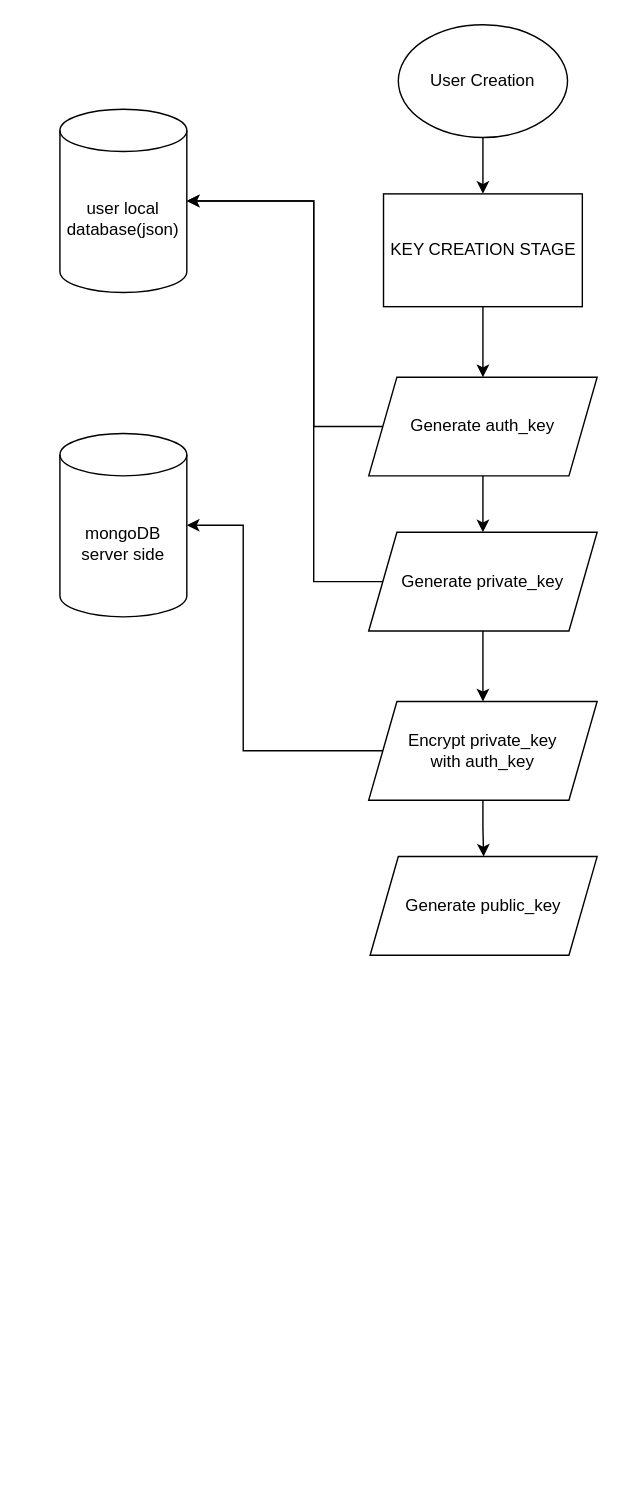
Earlier version of the draw.io diagram user_creation.drawio (DanielKatzCoding/silentChat). Source tidied: cells renumbered, new cells numbered last; positions are measured from the earlier drawing's top-left corner, leaving out a move shared by most shapes. Both pictures are drawn from the tidied source at 141%, with x=0, y=0 at pixel (59, 24).
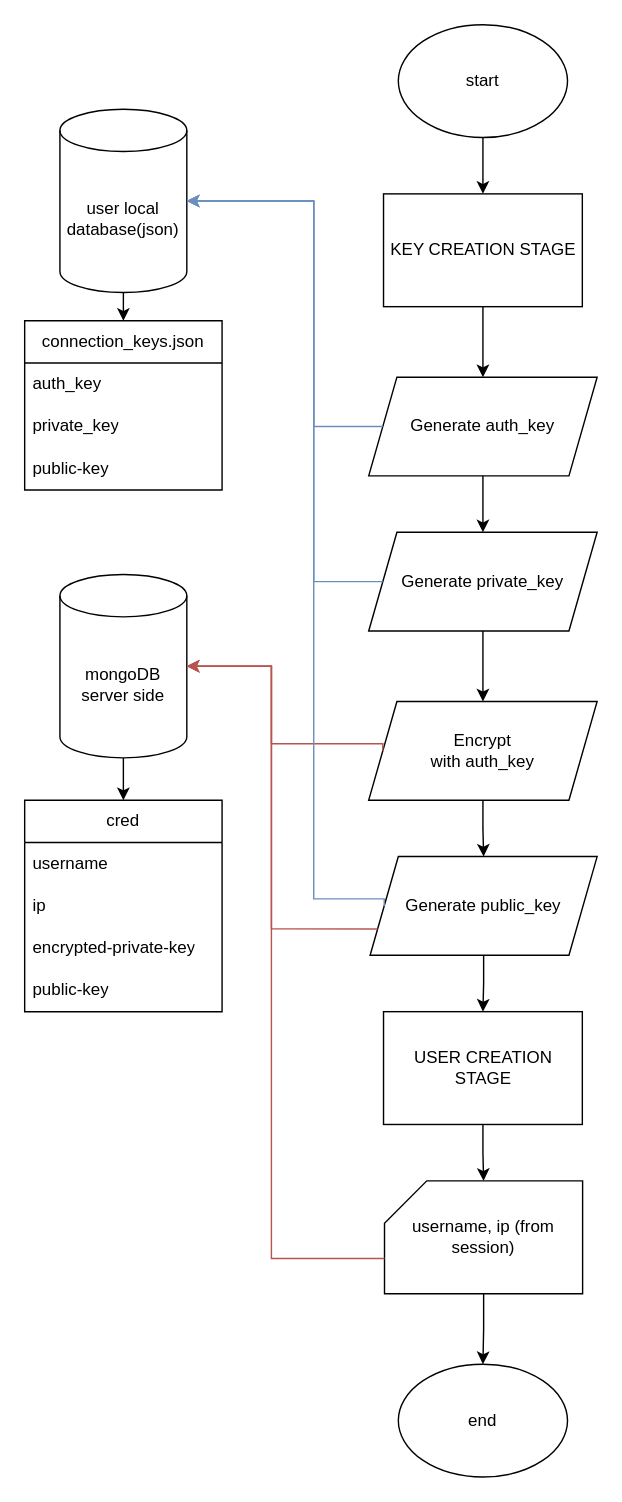
Above is the later version.

Unchanged cells that the change refers to:
```xml
<mxCell id="5" value="Generate auth_key" style="shape=parallelogram;perimeter=parallelogramPerimeter;whiteSpace=wrap;html=1;fixedSize=1;" parent="1" vertex="1">
  <mxGeometry x="219" y="250" width="162" height="70" as="geometry" />
</mxCell>
<mxCell id="6" value="&lt;div&gt;user local database(json)&lt;/div&gt;" style="shape=cylinder3;whiteSpace=wrap;html=1;boundedLbl=1;backgroundOutline=1;size=15;" parent="1" vertex="1">
  <mxGeometry y="60" width="90" height="130" as="geometry" />
</mxCell>
<mxCell id="12" value="Generate private_key" style="shape=parallelogram;perimeter=parallelogramPerimeter;whiteSpace=wrap;html=1;fixedSize=1;" parent="1" vertex="1">
  <mxGeometry x="219" y="360" width="162" height="70" as="geometry" />
</mxCell>
<mxCell id="15" value="Generate public_key" style="shape=parallelogram;perimeter=parallelogramPerimeter;whiteSpace=wrap;html=1;fixedSize=1;" parent="1" vertex="1">
  <mxGeometry x="220" y="590" width="161" height="70" as="geometry" />
</mxCell>
```

Diff of the diagram source:
```diff
@@
-    <mxCell id="3" value="User Creation" style="ellipse;whiteSpace=wrap;html=1;" parent="1" vertex="1">
+    <mxCell id="3" value="&lt;div&gt;start&lt;/div&gt;" style="ellipse;whiteSpace=wrap;html=1;" parent="1" vertex="1">
       <mxGeometry x="240" width="120" height="80" as="geometry" />
     </mxCell>
@@
+    <mxCell id="18" style="edgeStyle=orthogonalEdgeStyle;rounded=0;jettySize=auto;html=1;exitX=0.5;exitY=1;exitDx=0;exitDy=0;exitPerimeter=0;entryX=0.5;entryY=0;entryDx=0;entryDy=0;" parent="1" edge="1" source="6" target="28">
+      <mxGeometry relative="1" as="geometry" />
+    </mxCell>
@@
+    <mxCell id="19" style="edgeStyle=orthogonalEdgeStyle;rounded=0;jettySize=auto;html=1;exitX=0.5;exitY=1;exitDx=0;exitDy=0;exitPerimeter=0;entryX=0.5;entryY=0;entryDx=0;entryDy=0;" parent="1" edge="1" source="7" target="22">
+      <mxGeometry relative="1" as="geometry" />
+    </mxCell>
     <mxCell id="7" value="&lt;div&gt;mongoDB server side&lt;/div&gt;" style="shape=cylinder3;whiteSpace=wrap;html=1;boundedLbl=1;backgroundOutline=1;size=15;" parent="1" vertex="1">
-      <mxGeometry y="290" width="90" height="130" as="geometry" />
+      <mxGeometry y="390" width="90" height="130" as="geometry" />
     </mxCell>
-    <mxCell id="8" style="edgeStyle=orthogonalEdgeStyle;rounded=0;jettySize=auto;html=1;exitX=0;exitY=0.5;exitDx=0;exitDy=0;entryX=1;entryY=0.5;entryDx=0;entryDy=0;entryPerimeter=0;" parent="1" edge="1" source="5" target="6">
+    <mxCell id="8" style="edgeStyle=orthogonalEdgeStyle;rounded=0;jettySize=auto;html=1;exitX=0;exitY=0.5;exitDx=0;exitDy=0;entryX=1;entryY=0.5;entryDx=0;entryDy=0;entryPerimeter=0;fillColor=#dae8fc;strokeColor=#6c8ebf;" parent="1" edge="1" source="5" target="6">
       <mxGeometry relative="1" as="geometry">
         <Array as="points">
           <mxPoint x="180" y="285" />
           <mxPoint x="180" y="125" />
         </Array>
       </mxGeometry>
     </mxCell>
@@
-    <mxCell id="14" value="&lt;div&gt;Encrypt private_key&lt;/div&gt;&lt;div&gt;with auth_key&lt;/div&gt;" style="shape=parallelogram;perimeter=parallelogramPerimeter;whiteSpace=wrap;html=1;fixedSize=1;" parent="1" vertex="1">
+    <mxCell id="14" value="&lt;div&gt;Encrypt&lt;/div&gt;&lt;div&gt;with auth_key&lt;/div&gt;" style="shape=parallelogram;perimeter=parallelogramPerimeter;whiteSpace=wrap;html=1;fixedSize=1;" parent="1" vertex="1">
       <mxGeometry x="219" y="480" width="162" height="70" as="geometry" />
     </mxCell>
+    <mxCell id="20" style="edgeStyle=orthogonalEdgeStyle;rounded=0;jettySize=auto;html=1;exitX=0.5;exitY=1;exitDx=0;exitDy=0;" parent="1" edge="1" source="15" target="33">
+      <mxGeometry relative="1" as="geometry" />
+    </mxCell>
@@
-    <mxCell id="16" style="edgeStyle=orthogonalEdgeStyle;rounded=0;jettySize=auto;html=1;exitX=0;exitY=0.5;exitDx=0;exitDy=0;entryX=1;entryY=0.5;entryDx=0;entryDy=0;entryPerimeter=0;" parent="1" edge="1" source="14" target="7">
+    <mxCell id="16" style="edgeStyle=orthogonalEdgeStyle;rounded=0;jettySize=auto;html=1;exitX=0;exitY=0.5;exitDx=0;exitDy=0;entryX=1;entryY=0.5;entryDx=0;entryDy=0;entryPerimeter=0;fillColor=#f8cecc;strokeColor=#b85450;" parent="1" edge="1" source="14">
       <mxGeometry relative="1" as="geometry">
+        <mxPoint x="90" y="455" as="targetPoint" />
         <Array as="points">
-          <mxPoint x="130" y="515" />
-          <mxPoint x="130" y="355" />
+          <mxPoint x="229" y="510" />
+          <mxPoint x="150" y="510" />
+          <mxPoint x="150" y="455" />
         </Array>
       </mxGeometry>
     </mxCell>
-    <mxCell id="17" style="edgeStyle=orthogonalEdgeStyle;rounded=0;jettySize=auto;html=1;exitX=0;exitY=0.5;exitDx=0;exitDy=0;entryX=1;entryY=0.5;entryDx=0;entryDy=0;entryPerimeter=0;" parent="1" edge="1" source="12" target="6">
+    <mxCell id="17" style="edgeStyle=orthogonalEdgeStyle;rounded=0;jettySize=auto;html=1;exitX=0;exitY=0.5;exitDx=0;exitDy=0;entryX=1;entryY=0.5;entryDx=0;entryDy=0;entryPerimeter=0;fillColor=#dae8fc;strokeColor=#6c8ebf;" parent="1" edge="1" source="12" target="6">
       <mxGeometry relative="1" as="geometry">
         <Array as="points">
           <mxPoint x="180" y="395" />
           <mxPoint x="180" y="125" />
         </Array>
       </mxGeometry>
     </mxCell>
+    <mxCell id="21" style="edgeStyle=orthogonalEdgeStyle;rounded=0;jettySize=auto;html=1;exitX=0;exitY=0.5;exitDx=0;exitDy=0;entryX=1;entryY=0.5;entryDx=0;entryDy=0;entryPerimeter=0;fillColor=#dae8fc;strokeColor=#6c8ebf;" parent="1" edge="1" source="15" target="6">
+      <mxGeometry relative="1" as="geometry">
+        <Array as="points">
+          <mxPoint x="230" y="620" />
+          <mxPoint x="180" y="620" />
+          <mxPoint x="180" y="125" />
+        </Array>
+      </mxGeometry>
+    </mxCell>
+    <mxCell id="22" value="cred" style="swimlane;fontStyle=0;horizontal=1;startSize=30;whiteSpace=wrap;html=1;" parent="1" vertex="1">
+      <mxGeometry x="-25" y="550" width="140" height="150" as="geometry" />
+    </mxCell>
+    <mxCell id="23" value="&lt;div&gt;username&lt;/div&gt;" style="text;strokeColor=none;fillColor=none;align=left;verticalAlign=middle;spacingLeft=4;spacingRight=4;overflow=hidden;whiteSpace=wrap;html=1;" parent="22" vertex="1">
+      <mxGeometry y="30" width="140" height="30" as="geometry" />
+    </mxCell>
+    <mxCell id="24" value="ip" style="text;strokeColor=none;fillColor=none;align=left;verticalAlign=middle;spacingLeft=4;spacingRight=4;overflow=hidden;whiteSpace=wrap;html=1;" parent="22" vertex="1">
+      <mxGeometry y="60" width="140" height="30" as="geometry" />
+    </mxCell>
+    <mxCell id="25" value="encrypted-private-key" style="text;strokeColor=none;fillColor=none;align=left;verticalAlign=middle;spacingLeft=4;spacingRight=4;overflow=hidden;whiteSpace=wrap;html=1;" parent="22" vertex="1">
+      <mxGeometry y="90" width="140" height="30" as="geometry" />
+    </mxCell>
+    <mxCell id="26" value="public-key" style="text;strokeColor=none;fillColor=none;align=left;verticalAlign=middle;spacingLeft=4;spacingRight=4;overflow=hidden;whiteSpace=wrap;html=1;" parent="22" vertex="1">
+      <mxGeometry y="120" width="140" height="30" as="geometry" />
+    </mxCell>
+    <mxCell id="27" style="edgeStyle=orthogonalEdgeStyle;rounded=0;jettySize=auto;html=1;exitX=0;exitY=0.75;exitDx=0;exitDy=0;entryX=1;entryY=0.5;entryDx=0;entryDy=0;entryPerimeter=0;fillColor=#f8cecc;strokeColor=#b85450;" parent="1" edge="1" source="15" target="7">
+      <mxGeometry relative="1" as="geometry">
+        <Array as="points">
+          <mxPoint x="150" y="641" />
+          <mxPoint x="150" y="455" />
+        </Array>
+      </mxGeometry>
+    </mxCell>
+    <mxCell id="28" value="&lt;div&gt;connection_keys.json&lt;/div&gt;" style="swimlane;fontStyle=0;horizontal=1;startSize=30;whiteSpace=wrap;html=1;" parent="1" vertex="1">
+      <mxGeometry x="-25" y="210" width="140" height="120" as="geometry" />
+    </mxCell>
+    <mxCell id="29" value="auth_key" style="text;strokeColor=none;fillColor=none;align=left;verticalAlign=middle;spacingLeft=4;spacingRight=4;overflow=hidden;whiteSpace=wrap;html=1;" parent="28" vertex="1">
+      <mxGeometry y="30" width="140" height="30" as="geometry" />
+    </mxCell>
+    <mxCell id="30" value="private_key" style="text;strokeColor=none;fillColor=none;align=left;verticalAlign=middle;spacingLeft=4;spacingRight=4;overflow=hidden;whiteSpace=wrap;html=1;" parent="28" vertex="1">
+      <mxGeometry y="60" width="140" height="30" as="geometry" />
+    </mxCell>
+    <mxCell id="31" value="public-key" style="text;strokeColor=none;fillColor=none;align=left;verticalAlign=middle;spacingLeft=4;spacingRight=4;overflow=hidden;whiteSpace=wrap;html=1;" parent="28" vertex="1">
+      <mxGeometry y="90" width="140" height="30" as="geometry" />
+    </mxCell>
+    <mxCell id="32" style="edgeStyle=orthogonalEdgeStyle;rounded=0;jettySize=auto;html=1;exitX=0.5;exitY=1;exitDx=0;exitDy=0;" parent="1" edge="1" source="33" target="35">
+      <mxGeometry relative="1" as="geometry" />
+    </mxCell>
+    <mxCell id="33" value="USER CREATION STAGE" style="rounded=0;whiteSpace=wrap;html=1;" parent="1" vertex="1">
+      <mxGeometry x="229.5" y="700" width="141" height="80" as="geometry" />
+    </mxCell>
+    <mxCell id="34" style="edgeStyle=orthogonalEdgeStyle;rounded=0;jettySize=auto;html=1;" parent="1" edge="1" source="35" target="37">
+      <mxGeometry relative="1" as="geometry" />
+    </mxCell>
+    <mxCell id="35" value="username, ip (from session)" style="shape=card;whiteSpace=wrap;html=1;" parent="1" vertex="1">
+      <mxGeometry x="230.2" y="820" width="140.5" height="80" as="geometry" />
+    </mxCell>
+    <mxCell id="36" style="edgeStyle=orthogonalEdgeStyle;rounded=0;jettySize=auto;html=1;exitX=0;exitY=0;exitDx=0;exitDy=55;exitPerimeter=0;entryX=1;entryY=0.5;entryDx=0;entryDy=0;entryPerimeter=0;fillColor=#f8cecc;strokeColor=#b85450;" parent="1" edge="1" source="35" target="7">
+      <mxGeometry relative="1" as="geometry">
+        <Array as="points">
+          <mxPoint x="150" y="875" />
+          <mxPoint x="150" y="455" />
+        </Array>
+      </mxGeometry>
+    </mxCell>
+    <mxCell id="37" value="end" style="ellipse;whiteSpace=wrap;html=1;" parent="1" vertex="1">
+      <mxGeometry x="240" y="950" width="120" height="80" as="geometry" />
+    </mxCell>
```
